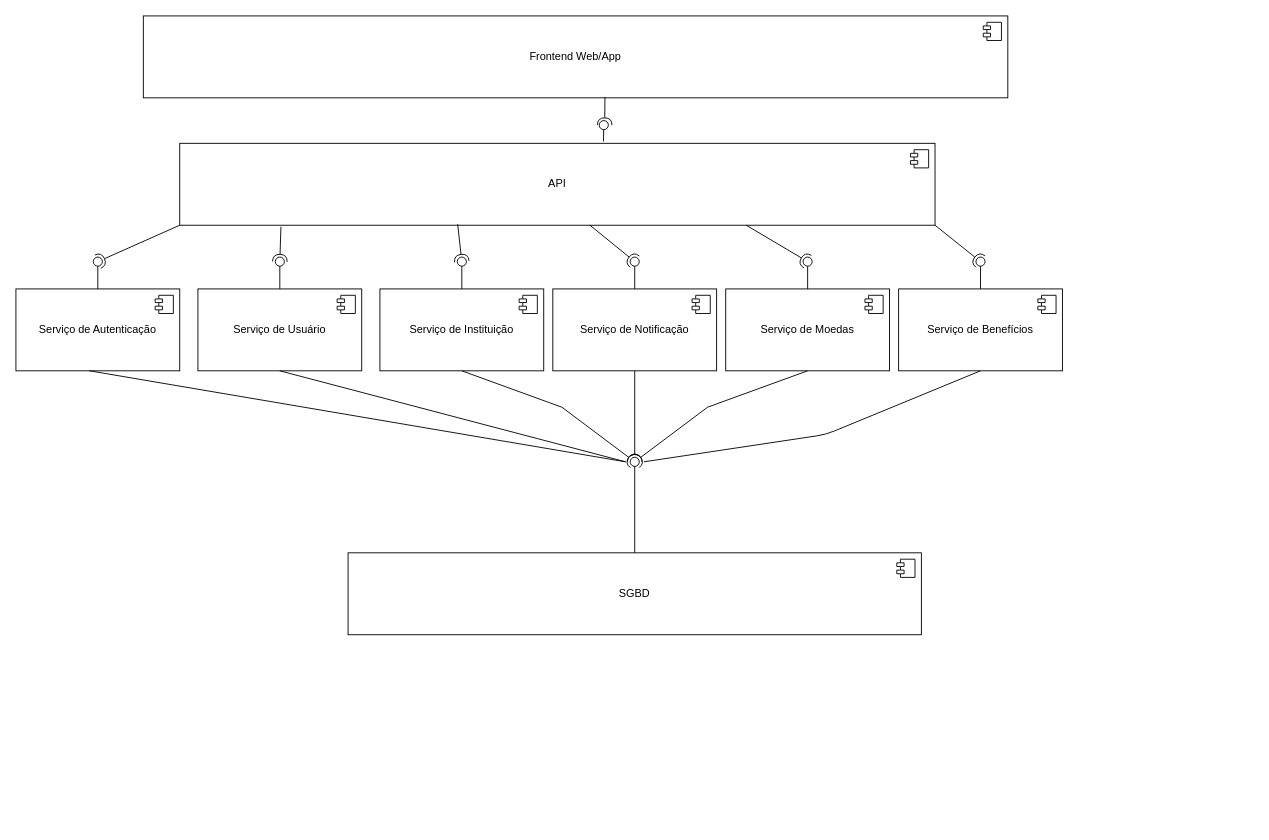
Puc-Minas-activities-organization/Sistema-de-Moeda-Estudantil keeps this draw.io diagram as projeto/DiagramaDeComponentes.drawio. Above is the earlier version. Source tidied: cells renumbered, new cells numbered last; positions are measured from the earlier drawing's top-left corner, leaving out a move shared by most shapes. Both pictures are drawn from the tidied source at 91%, with x=0, y=0 at pixel (15, 15).
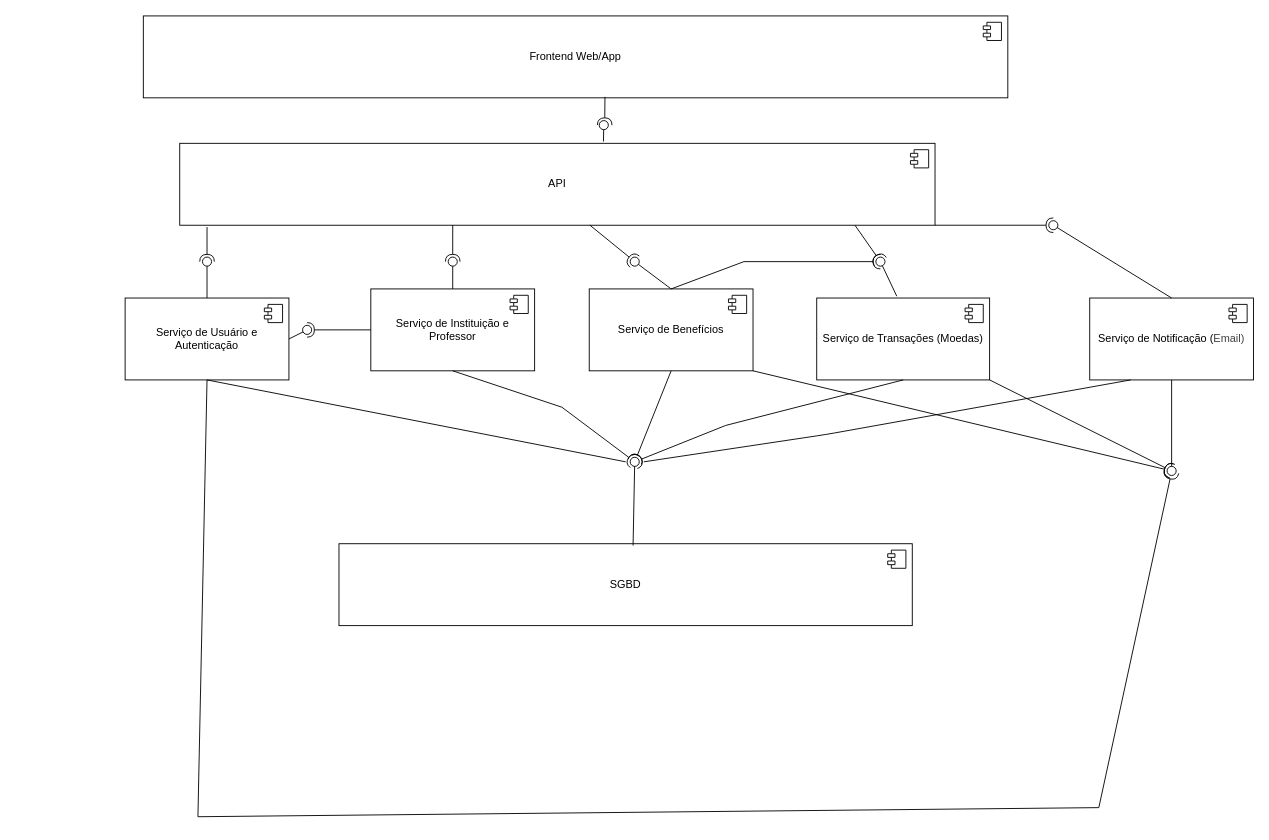
After the change.

Commit message:
atualizando componentes

Unchanged cells that the change refers to:
```xml
<mxCell id="4" value="API" style="html=1;whiteSpace=wrap;" parent="1" vertex="1">
  <mxGeometry x="180" y="140" width="830" height="90" as="geometry" />
</mxCell>
```

Change to the diagram source:
```diff
@@
-    <mxCell id="6" value="Serviço de&amp;nbsp;&lt;span style=&quot;color: rgb(0, 0, 0);&quot;&gt;Usuário&lt;/span&gt;" style="html=1;whiteSpace=wrap;" parent="1" vertex="1">
-      <mxGeometry x="200" y="300" width="180" height="90" as="geometry" />
+    <mxCell id="6" value="Serviço de&amp;nbsp;&lt;span style=&quot;color: rgb(0, 0, 0);&quot;&gt;Usuário e Autenticação&lt;/span&gt;" style="html=1;whiteSpace=wrap;" parent="1" vertex="1">
+      <mxGeometry x="120" y="310" width="180" height="90" as="geometry" />
     </mxCell>
@@
-    <mxCell id="8" value="Serviço de Instituição" style="html=1;whiteSpace=wrap;" parent="1" vertex="1">
-      <mxGeometry x="400" y="300" width="180" height="90" as="geometry" />
+    <mxCell id="8" value="Serviço de Instituição e Professor" style="html=1;whiteSpace=wrap;" parent="1" vertex="1">
+      <mxGeometry x="390" y="300" width="180" height="90" as="geometry" />
     </mxCell>
@@
-    <mxCell id="10" value="Serviço de Moedas" style="html=1;whiteSpace=wrap;" parent="1" vertex="1">
-      <mxGeometry x="780" y="300" width="180" height="90" as="geometry" />
+    <mxCell id="10" value="Serviço de Transações (Moedas)" style="html=1;whiteSpace=wrap;" parent="1" vertex="1">
+      <mxGeometry x="880" y="310" width="190" height="90" as="geometry" />
     </mxCell>
@@
-    <mxCell id="12" value="Serviço de Benefícios" style="html=1;whiteSpace=wrap;" parent="1" vertex="1">
-      <mxGeometry x="970" y="300" width="180" height="90" as="geometry" />
+    <mxCell id="12" value="&lt;font style=&quot;scrollbar-color: rgb(226, 226, 226) rgb(251, 251, 251); color: rgb(0, 0, 0);&quot;&gt;Serviço de Notificação (&lt;/font&gt;&lt;span style=&quot;color: rgb(63, 63, 63); scrollbar-color: rgb(226, 226, 226) rgb(251, 251, 251); background-color: transparent;&quot;&gt;E&lt;/span&gt;&lt;span style=&quot;color: rgb(63, 63, 63); scrollbar-color: rgb(226, 226, 226) rgb(251, 251, 251); background-color: transparent;&quot;&gt;mail)&lt;/span&gt;" style="html=1;whiteSpace=wrap;" parent="1" vertex="1">
+      <mxGeometry x="1180" y="310" width="180" height="90" as="geometry" />
     </mxCell>
@@
-    <mxCell id="14" value="&lt;span style=&quot;font-weight: normal;&quot;&gt;&lt;font style=&quot;color: rgb(0, 0, 0);&quot;&gt;Serviço de Notificação&lt;/font&gt;&lt;/span&gt;" style="html=1;whiteSpace=wrap;fontStyle=1;" parent="1" vertex="1">
-      <mxGeometry x="590" y="300" width="180" height="90" as="geometry" />
+    <mxCell id="14" value="&lt;span style=&quot;color: rgb(0, 0, 0); font-weight: 400;&quot;&gt;Serviço de Benefícios&lt;/span&gt;" style="html=1;whiteSpace=wrap;fontStyle=1;" parent="1" vertex="1">
+      <mxGeometry x="630" y="300" width="180" height="90" as="geometry" />
     </mxCell>
@@
     <mxCell id="16" value="SGBD" style="html=1;whiteSpace=wrap;" parent="1" vertex="1">
-      <mxGeometry x="365" y="590" width="630" height="90" as="geometry" />
+      <mxGeometry x="355" y="580" width="630" height="90" as="geometry" />
     </mxCell>
@@
-    <mxCell id="23" style="rounded=0;jettySize=auto;html=1;endArrow=oval;endFill=0;sketch=0;sourcePerimeterSpacing=0;targetPerimeterSpacing=0;endSize=10;exitX=0.5;exitY=0;exitDx=0;exitDy=0;" parent="1" edge="1" source="10">
+    <mxCell id="23" style="rounded=0;jettySize=auto;html=1;endArrow=oval;endFill=0;sketch=0;sourcePerimeterSpacing=0;targetPerimeterSpacing=0;endSize=10;exitX=0.463;exitY=-0.022;exitDx=0;exitDy=0;exitPerimeter=0;" parent="1" edge="1" source="10">
       <mxGeometry relative="1" as="geometry">
-        <mxPoint x="870" y="270" as="targetPoint" />
+        <mxPoint x="950" y="270" as="targetPoint" />
       </mxGeometry>
     </mxCell>
     <mxCell id="24" style="rounded=0;jettySize=auto;html=1;endArrow=oval;endFill=0;sketch=0;sourcePerimeterSpacing=0;targetPerimeterSpacing=0;endSize=10;exitX=0.5;exitY=0;exitDx=0;exitDy=0;" parent="1" edge="1" source="12">
       <mxGeometry relative="1" as="geometry">
-        <mxPoint x="1060" y="270" as="targetPoint" />
+        <mxPoint x="1140" y="230" as="targetPoint" />
       </mxGeometry>
     </mxCell>
     <mxCell id="25" style="rounded=0;jettySize=auto;html=1;endArrow=oval;endFill=0;sketch=0;sourcePerimeterSpacing=0;targetPerimeterSpacing=0;endSize=10;exitX=0.5;exitY=0;exitDx=0;exitDy=0;" parent="1" edge="1" source="8">
       <mxGeometry relative="1" as="geometry">
-        <mxPoint x="490" y="270" as="targetPoint" />
+        <mxPoint x="480" y="270" as="targetPoint" />
       </mxGeometry>
     </mxCell>
     <mxCell id="26" style="rounded=0;jettySize=auto;html=1;endArrow=oval;endFill=0;sketch=0;sourcePerimeterSpacing=0;targetPerimeterSpacing=0;endSize=10;exitX=0.5;exitY=0;exitDx=0;exitDy=0;" parent="1" edge="1" source="6">
       <mxGeometry relative="1" as="geometry">
-        <mxPoint x="290" y="270" as="targetPoint" />
+        <mxPoint x="210" y="270" as="targetPoint" />
       </mxGeometry>
     </mxCell>
-    <mxCell id="27" style="rounded=0;jettySize=auto;html=1;endArrow=halfCircle;endFill=0;endSize=6;strokeWidth=1;sketch=0;exitX=0.368;exitY=0.987;exitDx=0;exitDy=0;exitPerimeter=0;" parent="1" edge="1" source="4">
+    <mxCell id="27" style="rounded=0;orthogonalLoop=1;jettySize=auto;html=1;endArrow=halfCircle;endFill=0;endSize=6;strokeWidth=1;sketch=0;" parent="1" edge="1">
       <mxGeometry relative="1" as="geometry">
-        <mxPoint x="490" y="270" as="targetPoint" />
+        <mxPoint x="480" y="230" as="sourcePoint" />
+        <mxPoint x="480" y="270" as="targetPoint" />
       </mxGeometry>
     </mxCell>
-    <mxCell id="28" style="rounded=0;jettySize=auto;html=1;endArrow=halfCircle;endFill=0;endSize=6;strokeWidth=1;sketch=0;exitX=0.134;exitY=1.019;exitDx=0;exitDy=0;exitPerimeter=0;" parent="1" edge="1" source="4">
+    <mxCell id="28" style="rounded=0;orthogonalLoop=1;jettySize=auto;html=1;endArrow=halfCircle;endFill=0;endSize=6;strokeWidth=1;sketch=0;" parent="1" edge="1">
       <mxGeometry relative="1" as="geometry">
-        <mxPoint x="290" y="270" as="targetPoint" />
+        <mxPoint x="210" y="232" as="sourcePoint" />
+        <mxPoint x="210" y="270" as="targetPoint" />
       </mxGeometry>
     </mxCell>
-    <mxCell id="29" style="rounded=0;jettySize=auto;html=1;endArrow=halfCircle;endFill=0;endSize=6;strokeWidth=1;sketch=0;exitX=0.75;exitY=1;exitDx=0;exitDy=0;" parent="1" edge="1" source="4">
+    <mxCell id="29" style="rounded=0;jettySize=auto;html=1;endArrow=halfCircle;endFill=0;endSize=6;strokeWidth=1;sketch=0;exitX=0.894;exitY=1;exitDx=0;exitDy=0;exitPerimeter=0;" parent="1" edge="1" source="4">
       <mxGeometry relative="1" as="geometry">
-        <mxPoint x="870" y="270" as="targetPoint" />
+        <mxPoint x="950" y="270" as="targetPoint" />
       </mxGeometry>
     </mxCell>
     <mxCell id="30" style="rounded=0;jettySize=auto;html=1;endArrow=halfCircle;endFill=0;endSize=6;strokeWidth=1;sketch=0;exitX=1;exitY=1;exitDx=0;exitDy=0;" parent="1" edge="1" source="4">
       <mxGeometry relative="1" as="geometry">
-        <mxPoint x="1060" y="270" as="targetPoint" />
+        <mxPoint x="1140" y="230" as="targetPoint" />
       </mxGeometry>
     </mxCell>
-    <mxCell id="31" style="rounded=0;jettySize=auto;html=1;endArrow=oval;endFill=0;sketch=0;sourcePerimeterSpacing=0;targetPerimeterSpacing=0;endSize=10;exitX=0.5;exitY=0;exitDx=0;exitDy=0;" parent="1" edge="1" source="16">
+    <mxCell id="31" style="rounded=0;jettySize=auto;html=1;endArrow=oval;endFill=0;sketch=0;sourcePerimeterSpacing=0;targetPerimeterSpacing=0;endSize=10;exitX=0.513;exitY=0.022;exitDx=0;exitDy=0;exitPerimeter=0;" parent="1" edge="1" source="16">
       <mxGeometry relative="1" as="geometry">
         <mxPoint x="680" y="490" as="targetPoint" />
       </mxGeometry>
     </mxCell>
@@
     <mxCell id="33" style="rounded=0;jettySize=auto;html=1;endArrow=halfCircle;endFill=0;endSize=6;strokeWidth=1;sketch=0;exitX=0.5;exitY=1;exitDx=0;exitDy=0;" parent="1" edge="1" source="10">
       <mxGeometry relative="1" as="geometry">
         <mxPoint x="680" y="490" as="targetPoint" />
         <Array as="points">
-          <mxPoint x="760" y="430" />
+          <mxPoint x="780" y="450" />
         </Array>
       </mxGeometry>
     </mxCell>
@@
-    <mxCell id="36" style="endArrow=none;html=1;entryX=0.5;entryY=1;entryDx=0;entryDy=0;" parent="1" edge="1" target="12">
+    <mxCell id="36" style="endArrow=none;html=1;entryX=0.25;entryY=1;entryDx=0;entryDy=0;" parent="1" edge="1" target="12">
       <mxGeometry relative="1" as="geometry">
         <mxPoint x="690" y="490" as="sourcePoint" />
         <Array as="points">
           <mxPoint x="890" y="460" />
         </Array>
       </mxGeometry>
     </mxCell>
-    <mxCell id="37" value="Serviço de Autenticação" style="html=1;whiteSpace=wrap;" parent="1" vertex="1">
-      <mxGeometry y="300" width="180" height="90" as="geometry" />
-    </mxCell>
-    <mxCell id="38" style="shape=module;jettyWidth=8;jettyHeight=4;" parent="37" vertex="1">
-      <mxGeometry x="1" width="20" height="20" relative="1" as="geometry">
-        <mxPoint x="-27" y="7" as="offset" />
-      </mxGeometry>
-    </mxCell>
-    <mxCell id="39" style="rounded=0;jettySize=auto;html=1;endArrow=halfCircle;endFill=0;endSize=6;strokeWidth=1;sketch=0;exitX=0;exitY=1;exitDx=0;exitDy=0;" parent="1" edge="1" source="4">
-      <mxGeometry relative="1" as="geometry">
-        <mxPoint x="90" y="270" as="targetPoint" />
-      </mxGeometry>
-    </mxCell>
-    <mxCell id="40" style="rounded=0;jettySize=auto;html=1;endArrow=oval;endFill=0;sketch=0;sourcePerimeterSpacing=0;targetPerimeterSpacing=0;endSize=10;exitX=0.5;exitY=0;exitDx=0;exitDy=0;" parent="1" edge="1" source="37">
-      <mxGeometry relative="1" as="geometry">
-        <mxPoint x="90" y="270" as="targetPoint" />
-      </mxGeometry>
-    </mxCell>
-    <mxCell id="41" style="endArrow=none;html=1;entryX=0.447;entryY=0.999;entryDx=0;entryDy=0;entryPerimeter=0;" parent="1" edge="1" target="37">
-      <mxGeometry relative="1" as="geometry">
-        <mxPoint x="670" y="490" as="sourcePoint" />
-      </mxGeometry>
-    </mxCell>
@@
+    <mxCell id="44" style="rounded=0;jettySize=auto;html=1;endArrow=oval;endFill=0;sketch=0;sourcePerimeterSpacing=0;targetPerimeterSpacing=0;endSize=10;exitX=1;exitY=0.5;exitDx=0;exitDy=0;" parent="1" edge="1" source="6">
+      <mxGeometry relative="1" as="geometry">
+        <mxPoint x="320" y="345" as="targetPoint" />
+      </mxGeometry>
+    </mxCell>
+    <mxCell id="45" style="rounded=0;jettySize=auto;html=1;endArrow=halfCircle;endFill=0;endSize=6;strokeWidth=1;sketch=0;exitX=0;exitY=0.5;exitDx=0;exitDy=0;" parent="1" edge="1" source="8">
+      <mxGeometry relative="1" as="geometry">
+        <mxPoint x="320" y="345" as="targetPoint" />
+      </mxGeometry>
+    </mxCell>
+    <mxCell id="46" style="rounded=0;jettySize=auto;html=1;endArrow=oval;endFill=0;sketch=0;sourcePerimeterSpacing=0;targetPerimeterSpacing=0;endSize=10;exitX=0.5;exitY=1;exitDx=0;exitDy=0;" parent="1" edge="1" source="12">
+      <mxGeometry relative="1" as="geometry">
+        <mxPoint x="1270" y="500" as="targetPoint" />
+      </mxGeometry>
+    </mxCell>
+    <mxCell id="47" style="rounded=0;jettySize=auto;html=1;endArrow=halfCircle;endFill=0;endSize=6;strokeWidth=1;sketch=0;exitX=0.5;exitY=0;exitDx=0;exitDy=0;" parent="1" edge="1" source="14">
+      <mxGeometry relative="1" as="geometry">
+        <mxPoint x="950" y="270" as="targetPoint" />
+        <Array as="points">
+          <mxPoint x="800" y="270" />
+        </Array>
+      </mxGeometry>
+    </mxCell>
+    <mxCell id="48" style="rounded=0;jettySize=auto;html=1;endArrow=halfCircle;endFill=0;endSize=6;strokeWidth=1;sketch=0;exitX=1;exitY=1;exitDx=0;exitDy=0;" parent="1" edge="1" source="10">
+      <mxGeometry relative="1" as="geometry">
+        <mxPoint x="1270" y="500" as="targetPoint" />
+      </mxGeometry>
+    </mxCell>
+    <mxCell id="49" style="rounded=0;jettySize=auto;html=1;endArrow=halfCircle;endFill=0;endSize=6;strokeWidth=1;sketch=0;exitX=0.5;exitY=1;exitDx=0;exitDy=0;" parent="1" edge="1" source="6">
+      <mxGeometry relative="1" as="geometry">
+        <mxPoint x="1270" y="501" as="targetPoint" />
+        <Array as="points">
+          <mxPoint x="200" y="880" />
+          <mxPoint x="1190" y="870" />
+        </Array>
+      </mxGeometry>
+    </mxCell>
+    <mxCell id="50" style="rounded=0;jettySize=auto;html=1;endArrow=halfCircle;endFill=0;endSize=6;strokeWidth=1;sketch=0;exitX=1;exitY=1;exitDx=0;exitDy=0;" parent="1" edge="1" source="14">
+      <mxGeometry relative="1" as="geometry">
+        <mxPoint x="1270" y="500" as="targetPoint" />
+      </mxGeometry>
+    </mxCell>
```
